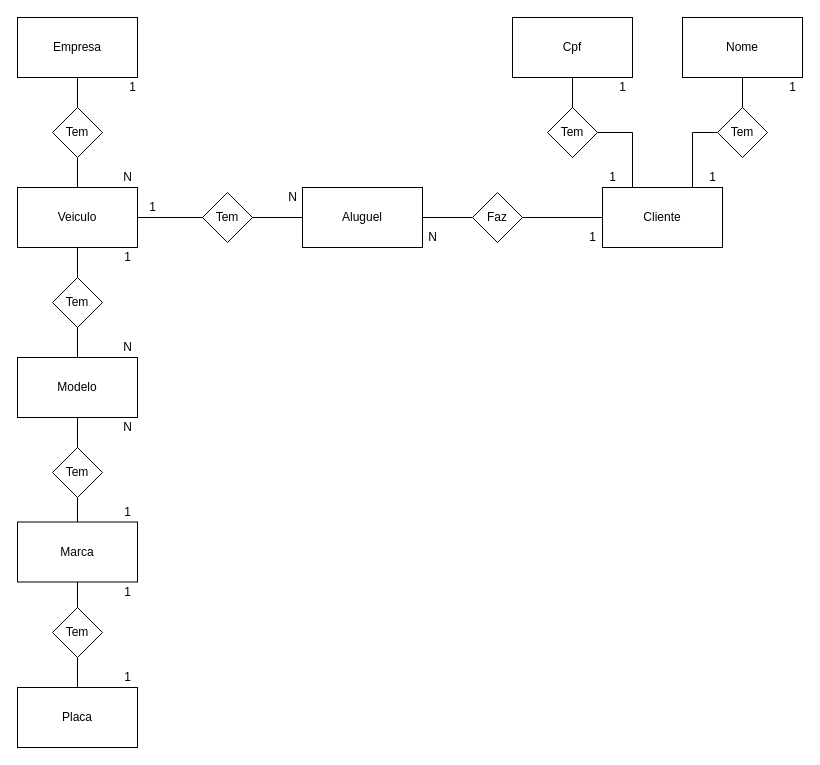
This is page "Conceitual" (1 of 2) of 1.2-exercicio-locadora/1.2-exercicio-locadora.drawio from Brunodonadei/exercicios-sprint-1-bd, a draw.io file, before an edit. Source tidied: cells renumbered, new cells numbered last; positions are measured from the earlier drawing's top-left corner, leaving out a move shared by most shapes. Both pictures are drawn from the tidied source at 100%, with x=0, y=0 at pixel (17, 17).
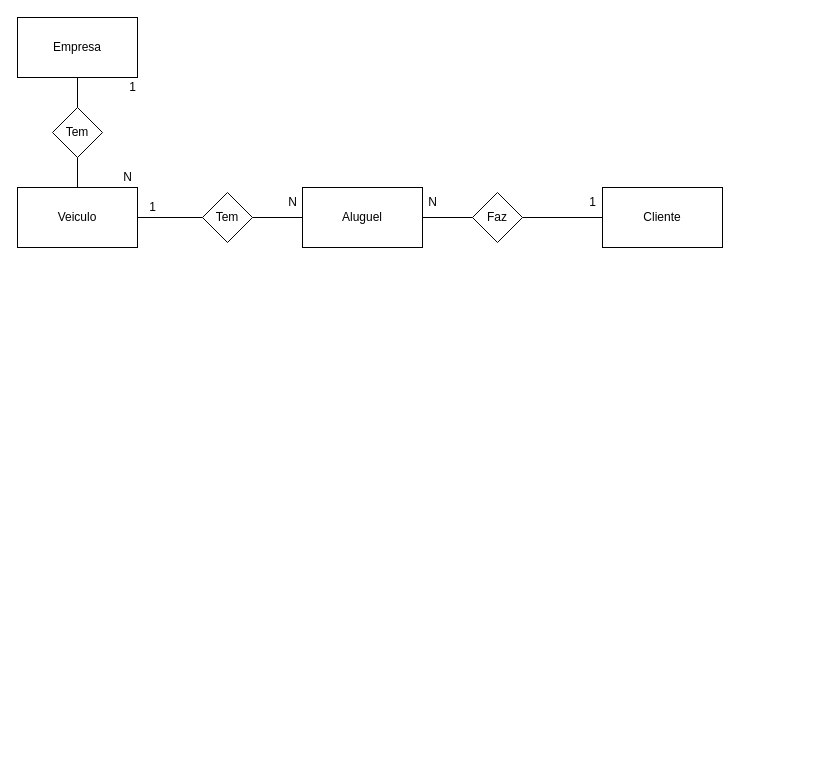
Above is the later version.

Unchanged cells that the change refers to:
```xml
<mxCell id="5" value="Veiculo" style="rounded=0;whiteSpace=wrap;html=1;" parent="1" vertex="1">
  <mxGeometry y="170" width="120" height="60" as="geometry" />
</mxCell>
<mxCell id="15" value="Cliente" style="rounded=0;whiteSpace=wrap;html=1;" parent="1" vertex="1">
  <mxGeometry x="585" y="170" width="120" height="60" as="geometry" />
</mxCell>
```

Diff of the diagram source:
```diff
@@
-    <mxCell id="4" style="edgeStyle=orthogonalEdgeStyle;rounded=0;jettySize=auto;html=1;exitX=0.5;exitY=1;exitDx=0;exitDy=0;entryX=0.5;entryY=0;entryDx=0;entryDy=0;endArrow=none;endFill=0;" parent="1" edge="1" source="5" target="13">
-      <mxGeometry relative="1" as="geometry" />
-    </mxCell>
@@
-    <mxCell id="6" style="edgeStyle=orthogonalEdgeStyle;rounded=0;jettySize=auto;html=1;exitX=0.5;exitY=1;exitDx=0;exitDy=0;entryX=0.5;entryY=0;entryDx=0;entryDy=0;endArrow=none;endFill=0;" parent="1" edge="1" source="7" target="37">
-      <mxGeometry relative="1" as="geometry" />
-    </mxCell>
-    <mxCell id="7" value="Marca" style="rounded=0;whiteSpace=wrap;html=1;" parent="1" vertex="1">
-      <mxGeometry y="504.5" width="120" height="60" as="geometry" />
-    </mxCell>
-    <mxCell id="8" style="edgeStyle=orthogonalEdgeStyle;rounded=0;jettySize=auto;html=1;exitX=0.5;exitY=1;exitDx=0;exitDy=0;entryX=0.5;entryY=0;entryDx=0;entryDy=0;endArrow=none;endFill=0;" parent="1" edge="1" source="9" target="35">
-      <mxGeometry relative="1" as="geometry" />
-    </mxCell>
-    <mxCell id="9" value="Modelo" style="rounded=0;whiteSpace=wrap;html=1;" parent="1" vertex="1">
-      <mxGeometry y="340" width="120" height="60" as="geometry" />
-    </mxCell>
@@
-    <mxCell id="12" style="edgeStyle=orthogonalEdgeStyle;rounded=0;jettySize=auto;html=1;exitX=0.5;exitY=1;exitDx=0;exitDy=0;entryX=0.5;entryY=0;entryDx=0;entryDy=0;endArrow=none;endFill=0;" parent="1" edge="1" source="13" target="9">
-      <mxGeometry relative="1" as="geometry" />
-    </mxCell>
-    <mxCell id="13" value="Tem" style="rhombus;whiteSpace=wrap;html=1;" parent="1" vertex="1">
-      <mxGeometry x="35" y="260" width="50" height="50" as="geometry" />
-    </mxCell>
@@
-    <mxCell id="16" style="edgeStyle=orthogonalEdgeStyle;rounded=0;jettySize=auto;html=1;exitX=0;exitY=0.5;exitDx=0;exitDy=0;entryX=0.75;entryY=0;entryDx=0;entryDy=0;endArrow=none;endFill=0;" parent="1" edge="1" source="17" target="15">
-      <mxGeometry relative="1" as="geometry" />
-    </mxCell>
-    <mxCell id="17" value="Tem" style="rhombus;whiteSpace=wrap;html=1;" parent="1" vertex="1">
-      <mxGeometry x="700" y="90" width="50" height="50" as="geometry" />
-    </mxCell>
-    <mxCell id="18" style="edgeStyle=orthogonalEdgeStyle;rounded=0;jettySize=auto;html=1;exitX=0.5;exitY=1;exitDx=0;exitDy=0;entryX=0.5;entryY=0;entryDx=0;entryDy=0;endArrow=none;endFill=0;" parent="1" edge="1" source="19" target="48">
-      <mxGeometry relative="1" as="geometry" />
-    </mxCell>
-    <mxCell id="19" value="Cpf" style="rounded=0;whiteSpace=wrap;html=1;" parent="1" vertex="1">
-      <mxGeometry x="495" width="120" height="60" as="geometry" />
-    </mxCell>
-    <mxCell id="20" style="edgeStyle=orthogonalEdgeStyle;rounded=0;jettySize=auto;html=1;exitX=0.5;exitY=1;exitDx=0;exitDy=0;entryX=0.5;entryY=0;entryDx=0;entryDy=0;endArrow=none;endFill=0;" parent="1" edge="1" source="21" target="17">
-      <mxGeometry relative="1" as="geometry" />
-    </mxCell>
-    <mxCell id="21" value="Nome" style="rounded=0;whiteSpace=wrap;html=1;" parent="1" vertex="1">
-      <mxGeometry x="665" width="120" height="60" as="geometry" />
-    </mxCell>
@@
-    <mxCell id="25" value="1" style="text;html=1;align=center;verticalAlign=middle;" parent="1" vertex="1">
-      <mxGeometry x="100" y="230" width="20" height="20" as="geometry" />
-    </mxCell>
-    <mxCell id="26" value="N" style="text;html=1;align=center;verticalAlign=middle;" parent="1" vertex="1">
-      <mxGeometry x="100" y="320" width="20" height="20" as="geometry" />
-    </mxCell>
-    <mxCell id="27" value="N" style="text;html=1;align=center;verticalAlign=middle;" parent="1" vertex="1">
-      <mxGeometry x="100" y="400" width="20" height="20" as="geometry" />
-    </mxCell>
-    <mxCell id="28" value="Placa" style="rounded=0;whiteSpace=wrap;html=1;" parent="1" vertex="1">
-      <mxGeometry y="670" width="120" height="60" as="geometry" />
-    </mxCell>
-    <mxCell id="29" value="1" style="text;html=1;align=center;verticalAlign=middle;" parent="1" vertex="1">
-      <mxGeometry x="100" y="650" width="20" height="20" as="geometry" />
-    </mxCell>
-    <mxCell id="30" value="1" style="text;html=1;align=center;verticalAlign=middle;" parent="1" vertex="1">
-      <mxGeometry x="685" y="150" width="20" height="20" as="geometry" />
-    </mxCell>
-    <mxCell id="31" value="1" style="text;html=1;align=center;verticalAlign=middle;" parent="1" vertex="1">
-      <mxGeometry x="765" y="60" width="20" height="20" as="geometry" />
-    </mxCell>
-    <mxCell id="32" value="1" style="text;html=1;align=center;verticalAlign=middle;" parent="1" vertex="1">
-      <mxGeometry x="595" y="60" width="20" height="20" as="geometry" />
-    </mxCell>
@@
-    <mxCell id="34" style="edgeStyle=orthogonalEdgeStyle;rounded=0;jettySize=auto;html=1;exitX=0.5;exitY=1;exitDx=0;exitDy=0;entryX=0.5;entryY=0;entryDx=0;entryDy=0;endArrow=none;endFill=0;" parent="1" edge="1" source="35" target="7">
-      <mxGeometry relative="1" as="geometry" />
-    </mxCell>
-    <mxCell id="35" value="Tem" style="rhombus;whiteSpace=wrap;html=1;" parent="1" vertex="1">
-      <mxGeometry x="35" y="430" width="50" height="50" as="geometry" />
-    </mxCell>
-    <mxCell id="36" style="edgeStyle=orthogonalEdgeStyle;rounded=0;jettySize=auto;html=1;exitX=0.5;exitY=1;exitDx=0;exitDy=0;entryX=0.5;entryY=0;entryDx=0;entryDy=0;endArrow=none;endFill=0;" parent="1" edge="1" source="37" target="28">
-      <mxGeometry relative="1" as="geometry" />
-    </mxCell>
-    <mxCell id="37" value="Tem" style="rhombus;whiteSpace=wrap;html=1;" parent="1" vertex="1">
-      <mxGeometry x="35" y="590" width="50" height="50" as="geometry" />
-    </mxCell>
@@
-    <mxCell id="42" value="1" style="text;html=1;align=center;verticalAlign=middle;" parent="1" vertex="1">
-      <mxGeometry x="100" y="485" width="20" height="20" as="geometry" />
-    </mxCell>
-    <mxCell id="43" value="1" style="text;html=1;align=center;verticalAlign=middle;" parent="1" vertex="1">
-      <mxGeometry x="100" y="564.5" width="20" height="20" as="geometry" />
-    </mxCell>
     <mxCell id="44" value="N" style="text;html=1;align=center;verticalAlign=middle;" parent="1" vertex="1">
-      <mxGeometry x="405" y="210" width="20" height="20" as="geometry" />
+      <mxGeometry x="405" y="175" width="20" height="20" as="geometry" />
     </mxCell>
     <mxCell id="45" value="N" style="text;html=1;align=center;verticalAlign=middle;" parent="1" vertex="1">
-      <mxGeometry x="265" y="170" width="20" height="20" as="geometry" />
+      <mxGeometry x="265" y="175" width="20" height="20" as="geometry" />
     </mxCell>
@@
-    <mxCell id="47" style="edgeStyle=orthogonalEdgeStyle;rounded=0;jettySize=auto;html=1;exitX=1;exitY=0.5;exitDx=0;exitDy=0;entryX=0.25;entryY=0;entryDx=0;entryDy=0;endArrow=none;endFill=0;" parent="1" edge="1" source="48" target="15">
-      <mxGeometry relative="1" as="geometry" />
-    </mxCell>
-    <mxCell id="48" value="Tem" style="rhombus;whiteSpace=wrap;html=1;" parent="1" vertex="1">
-      <mxGeometry x="530" y="90" width="50" height="50" as="geometry" />
-    </mxCell>
     <mxCell id="49" value="1" style="text;html=1;align=center;verticalAlign=middle;" parent="1" vertex="1">
-      <mxGeometry x="565" y="210" width="20" height="20" as="geometry" />
+      <mxGeometry x="565" y="175" width="20" height="20" as="geometry" />
     </mxCell>
-    <mxCell id="50" value="1" style="text;html=1;align=center;verticalAlign=middle;" parent="1" vertex="1">
-      <mxGeometry x="585" y="150" width="20" height="20" as="geometry" />
-    </mxCell>
```
